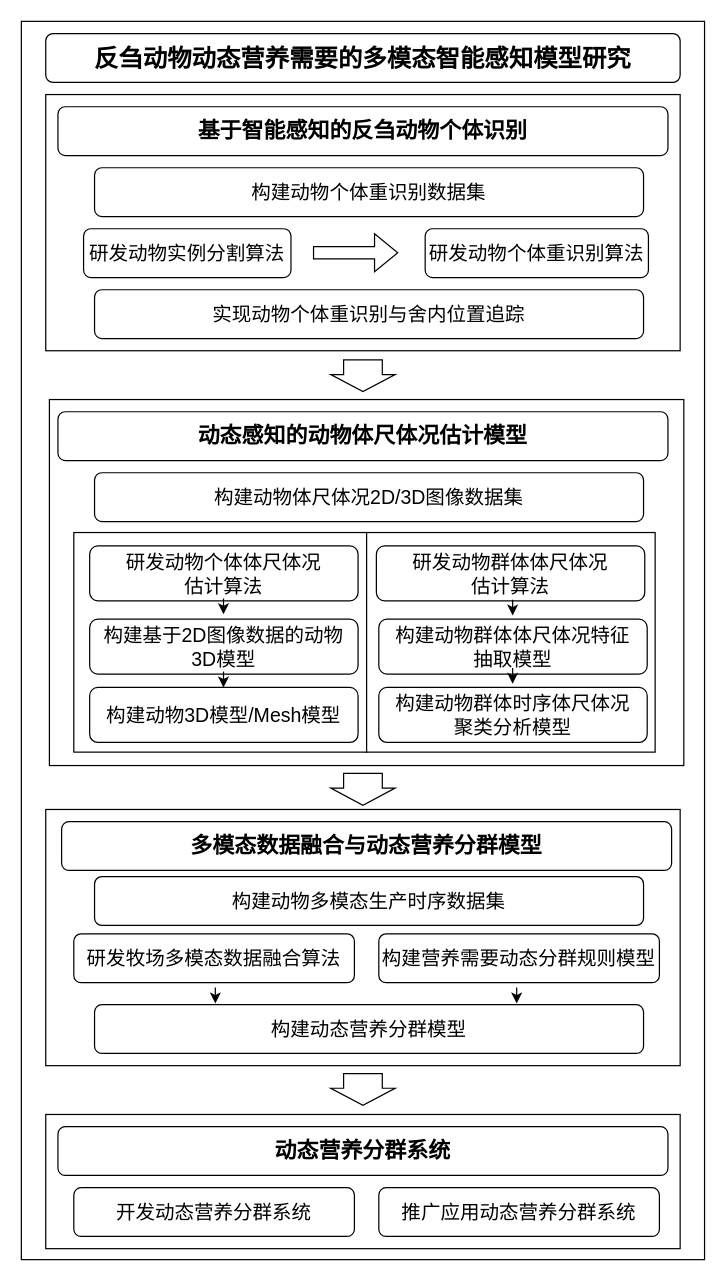
This is 博士研究计划.drawio from yzy1421/Amateur-women-basketball-in-China, a draw.io file, before an edit. Source tidied: cells renumbered, new cells numbered last; positions are measured from the earlier drawing's top-left corner, leaving out a move shared by most shapes. Both pictures are drawn from the tidied source at 122%, with x=0, y=0 at pixel (21, 21).
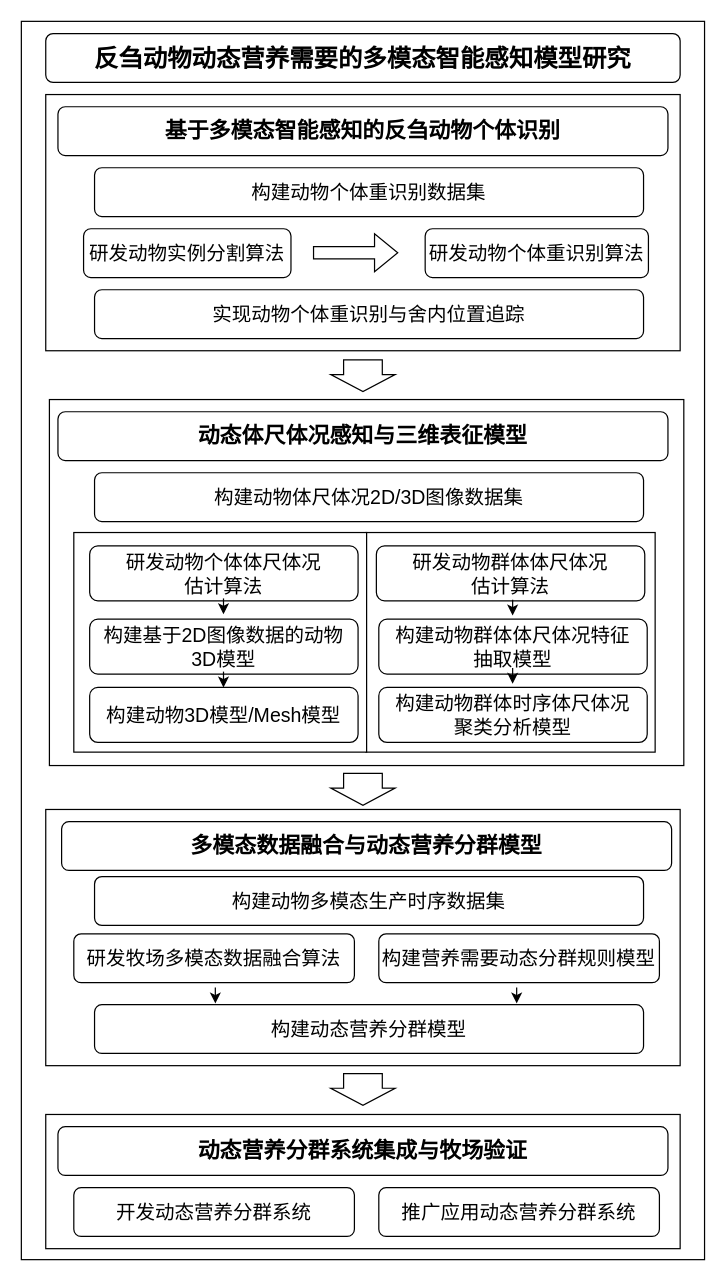
After the change.

Commit message:
更新博士研究计划.drawio

The edit, as a diff of the source:
```diff
@@
-    <mxCell id="8" value="&lt;p class=&quot;MsoNormal&quot; style=&quot;margin: 0pt; text-align: left; font-family: 宋体;&quot;&gt;&lt;span&gt;基于智能感知的反刍动物个体识别&lt;/span&gt;&lt;/p&gt;" style="rounded=1;whiteSpace=wrap;html=1;fontStyle=1;fontSize=18;" parent="1" vertex="1">
+    <mxCell id="8" value="&lt;p class=&quot;MsoNormal&quot; style=&quot;margin: 0pt; text-align: left; font-family: 宋体;&quot;&gt;&lt;span&gt;基于多模态智能感知的反刍动物个体识别&lt;/span&gt;&lt;/p&gt;" style="rounded=1;whiteSpace=wrap;html=1;fontStyle=1;fontSize=18;" parent="1" vertex="1">
       <mxGeometry x="30" y="70" width="500" height="40" as="geometry" />
     </mxCell>
@@
-    <mxCell id="13" value="&lt;p class=&quot;MsoNormal&quot; style=&quot;margin: 0pt; text-align: left; font-family: 宋体;&quot;&gt;&lt;span&gt;动态感知的动物体尺体况估计模型&lt;/span&gt;&lt;/p&gt;" style="rounded=1;whiteSpace=wrap;html=1;fontStyle=1;fontSize=18;" parent="1" vertex="1">
+    <mxCell id="13" value="&lt;p class=&quot;MsoNormal&quot; style=&quot;margin: 0pt 0pt 0.0001pt; text-align: justify; font-family: &amp;quot;Times New Roman&amp;quot;; font-size: 10.5pt; font-weight: 400;&quot;&gt;&lt;span style=&quot;font-family: 宋体; text-align: left; background-color: transparent; color: light-dark(rgb(0, 0, 0), rgb(255, 255, 255)); font-size: 18px; font-weight: bold;&quot;&gt;动态体尺体况感知与三维表征模型&lt;/span&gt;&lt;/p&gt;" style="rounded=1;whiteSpace=wrap;html=1;fontStyle=1;fontSize=18;" parent="1" vertex="1">
       <mxGeometry x="30" y="320" width="500" height="40" as="geometry" />
     </mxCell>
@@
-    <mxCell id="34" value="&lt;p class=&quot;MsoNormal&quot; style=&quot;margin: 0pt; text-align: left; font-family: 宋体;&quot;&gt;&lt;span&gt;动态营养分群系统&lt;/span&gt;&lt;/p&gt;" style="rounded=1;whiteSpace=wrap;html=1;fontStyle=1;fontSize=18;" parent="1" vertex="1">
+    <mxCell id="34" value="&lt;p class=&quot;MsoNormal&quot; style=&quot;margin: 0pt; text-align: left; font-family: 宋体;&quot;&gt;&lt;span&gt;动态营养分群系统集成与牧场验证&lt;/span&gt;&lt;/p&gt;" style="rounded=1;whiteSpace=wrap;html=1;fontStyle=1;fontSize=18;" parent="1" vertex="1">
       <mxGeometry x="30" y="906" width="500" height="40" as="geometry" />
     </mxCell>
```
